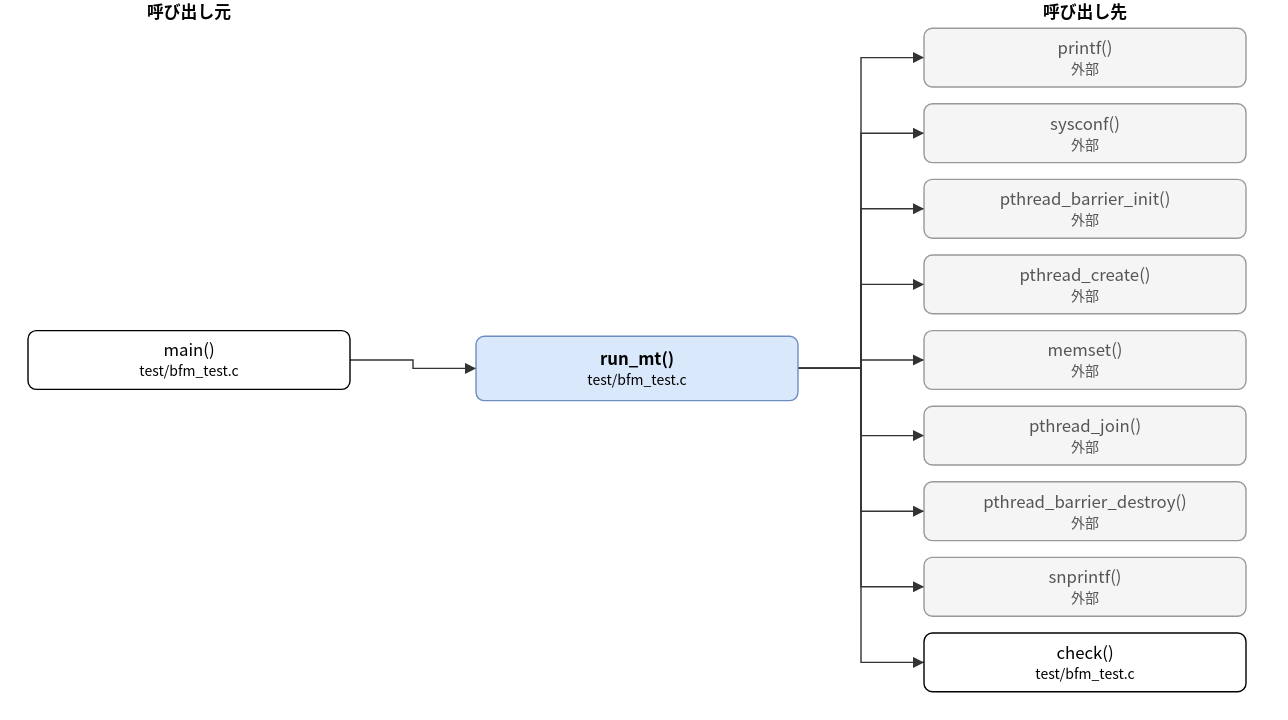
Above: doc/spec/images/call_test_bfm_test-run_mt.drawio.svg in hf355051012-ai/bfmem (draw.io), before the change. Source tidied: cells renumbered, new cells last; positions are measured from the earlier drawing's top-left corner, leaving out a move shared by most shapes. The source it was exported from:
```xml
<mxGraphModel>
  <root>
    <mxCell id="0" />
    <mxCell id="1" parent="0" />
    <mxCell id="2" value="run_mt()&lt;br&gt;&lt;font style=&quot;font-size:10px&quot;&gt;test/bfm_test.c&lt;/font&gt;" style="rounded=1;whiteSpace=wrap;html=1;fillColor=#dae8fc;strokeColor=#6c8ebf;fontStyle=1;" parent="1" vertex="1">
      <mxGeometry x="320" y="240" width="230" height="46" as="geometry" />
    </mxCell>
    <mxCell id="3" value="main()&lt;br&gt;&lt;font style=&quot;font-size:10px&quot;&gt;test/bfm_test.c&lt;/font&gt;" style="rounded=1;whiteSpace=wrap;html=1;" parent="1" vertex="1">
      <mxGeometry y="236" width="230" height="42" as="geometry" />
    </mxCell>
    <mxCell id="4" value="printf()&lt;br&gt;&lt;font style=&quot;font-size:10px&quot;&gt;外部&lt;/font&gt;" style="rounded=1;whiteSpace=wrap;html=1;fillColor=#f5f5f5;strokeColor=#999999;fontColor=#555555;" parent="1" vertex="1">
      <mxGeometry x="640" y="20" width="230" height="42" as="geometry" />
    </mxCell>
    <mxCell id="5" value="sysconf()&lt;br&gt;&lt;font style=&quot;font-size:10px&quot;&gt;外部&lt;/font&gt;" style="rounded=1;whiteSpace=wrap;html=1;fillColor=#f5f5f5;strokeColor=#999999;fontColor=#555555;" parent="1" vertex="1">
      <mxGeometry x="640" y="74" width="230" height="42" as="geometry" />
    </mxCell>
    <mxCell id="6" value="pthread_barrier_init()&lt;br&gt;&lt;font style=&quot;font-size:10px&quot;&gt;外部&lt;/font&gt;" style="rounded=1;whiteSpace=wrap;html=1;fillColor=#f5f5f5;strokeColor=#999999;fontColor=#555555;" parent="1" vertex="1">
      <mxGeometry x="640" y="128" width="230" height="42" as="geometry" />
    </mxCell>
    <mxCell id="7" value="pthread_create()&lt;br&gt;&lt;font style=&quot;font-size:10px&quot;&gt;外部&lt;/font&gt;" style="rounded=1;whiteSpace=wrap;html=1;fillColor=#f5f5f5;strokeColor=#999999;fontColor=#555555;" parent="1" vertex="1">
      <mxGeometry x="640" y="182" width="230" height="42" as="geometry" />
    </mxCell>
    <mxCell id="8" value="memset()&lt;br&gt;&lt;font style=&quot;font-size:10px&quot;&gt;外部&lt;/font&gt;" style="rounded=1;whiteSpace=wrap;html=1;fillColor=#f5f5f5;strokeColor=#999999;fontColor=#555555;" parent="1" vertex="1">
      <mxGeometry x="640" y="236" width="230" height="42" as="geometry" />
    </mxCell>
    <mxCell id="9" value="pthread_join()&lt;br&gt;&lt;font style=&quot;font-size:10px&quot;&gt;外部&lt;/font&gt;" style="rounded=1;whiteSpace=wrap;html=1;fillColor=#f5f5f5;strokeColor=#999999;fontColor=#555555;" parent="1" vertex="1">
      <mxGeometry x="640" y="290" width="230" height="42" as="geometry" />
    </mxCell>
    <mxCell id="10" value="pthread_barrier_destroy()&lt;br&gt;&lt;font style=&quot;font-size:10px&quot;&gt;外部&lt;/font&gt;" style="rounded=1;whiteSpace=wrap;html=1;fillColor=#f5f5f5;strokeColor=#999999;fontColor=#555555;" parent="1" vertex="1">
      <mxGeometry x="640" y="344" width="230" height="42" as="geometry" />
    </mxCell>
    <mxCell id="11" value="snprintf()&lt;br&gt;&lt;font style=&quot;font-size:10px&quot;&gt;外部&lt;/font&gt;" style="rounded=1;whiteSpace=wrap;html=1;fillColor=#f5f5f5;strokeColor=#999999;fontColor=#555555;" parent="1" vertex="1">
      <mxGeometry x="640" y="398" width="230" height="42" as="geometry" />
    </mxCell>
    <mxCell id="12" value="check()&lt;br&gt;&lt;font style=&quot;font-size:10px&quot;&gt;test/bfm_test.c&lt;/font&gt;" style="rounded=1;whiteSpace=wrap;html=1;" parent="1" vertex="1">
      <mxGeometry x="640" y="452" width="230" height="42" as="geometry" />
    </mxCell>
    <mxCell id="13" style="edgeStyle=none;html=1;rounded=0;endArrow=block;endFill=1;exitX=1.0000;exitY=0.5000;exitDx=0;exitDy=0;exitPerimeter=0;entryX=0.0000;entryY=0.5000;entryDx=0;entryDy=0;entryPerimeter=0;" parent="1" edge="1" source="3" target="2">
      <mxGeometry relative="1" as="geometry">
        <Array as="points">
          <mxPoint x="275" y="257" />
          <mxPoint x="275" y="263" />
        </Array>
      </mxGeometry>
    </mxCell>
    <mxCell id="14" style="edgeStyle=none;html=1;rounded=0;endArrow=block;endFill=1;exitX=1.0000;exitY=0.5000;exitDx=0;exitDy=0;exitPerimeter=0;entryX=0.0000;entryY=0.5000;entryDx=0;entryDy=0;entryPerimeter=0;" parent="1" edge="1" source="2" target="4">
      <mxGeometry relative="1" as="geometry">
        <Array as="points">
          <mxPoint x="595" y="263" />
          <mxPoint x="595" y="41" />
        </Array>
      </mxGeometry>
    </mxCell>
    <mxCell id="15" style="edgeStyle=none;html=1;rounded=0;endArrow=block;endFill=1;exitX=1.0000;exitY=0.5000;exitDx=0;exitDy=0;exitPerimeter=0;entryX=0.0000;entryY=0.5000;entryDx=0;entryDy=0;entryPerimeter=0;" parent="1" edge="1" source="2" target="5">
      <mxGeometry relative="1" as="geometry">
        <Array as="points">
          <mxPoint x="595" y="263" />
          <mxPoint x="595" y="95" />
        </Array>
      </mxGeometry>
    </mxCell>
    <mxCell id="16" style="edgeStyle=none;html=1;rounded=0;endArrow=block;endFill=1;exitX=1.0000;exitY=0.5000;exitDx=0;exitDy=0;exitPerimeter=0;entryX=0.0000;entryY=0.5000;entryDx=0;entryDy=0;entryPerimeter=0;" parent="1" edge="1" source="2" target="6">
      <mxGeometry relative="1" as="geometry">
        <Array as="points">
          <mxPoint x="595" y="263" />
          <mxPoint x="595" y="149" />
        </Array>
      </mxGeometry>
    </mxCell>
    <mxCell id="17" style="edgeStyle=none;html=1;rounded=0;endArrow=block;endFill=1;exitX=1.0000;exitY=0.5000;exitDx=0;exitDy=0;exitPerimeter=0;entryX=0.0000;entryY=0.5000;entryDx=0;entryDy=0;entryPerimeter=0;" parent="1" edge="1" source="2" target="7">
      <mxGeometry relative="1" as="geometry">
        <Array as="points">
          <mxPoint x="595" y="263" />
          <mxPoint x="595" y="203" />
        </Array>
      </mxGeometry>
    </mxCell>
    <mxCell id="18" style="edgeStyle=none;html=1;rounded=0;endArrow=block;endFill=1;exitX=1.0000;exitY=0.5000;exitDx=0;exitDy=0;exitPerimeter=0;entryX=0.0000;entryY=0.5000;entryDx=0;entryDy=0;entryPerimeter=0;" parent="1" edge="1" source="2" target="8">
      <mxGeometry relative="1" as="geometry">
        <Array as="points">
          <mxPoint x="595" y="263" />
          <mxPoint x="595" y="257" />
        </Array>
      </mxGeometry>
    </mxCell>
    <mxCell id="19" style="edgeStyle=none;html=1;rounded=0;endArrow=block;endFill=1;exitX=1.0000;exitY=0.5000;exitDx=0;exitDy=0;exitPerimeter=0;entryX=0.0000;entryY=0.5000;entryDx=0;entryDy=0;entryPerimeter=0;" parent="1" edge="1" source="2" target="9">
      <mxGeometry relative="1" as="geometry">
        <Array as="points">
          <mxPoint x="595" y="263" />
          <mxPoint x="595" y="311" />
        </Array>
      </mxGeometry>
    </mxCell>
    <mxCell id="20" style="edgeStyle=none;html=1;rounded=0;endArrow=block;endFill=1;exitX=1.0000;exitY=0.5000;exitDx=0;exitDy=0;exitPerimeter=0;entryX=0.0000;entryY=0.5000;entryDx=0;entryDy=0;entryPerimeter=0;" parent="1" edge="1" source="2" target="10">
      <mxGeometry relative="1" as="geometry">
        <Array as="points">
          <mxPoint x="595" y="263" />
          <mxPoint x="595" y="365" />
        </Array>
      </mxGeometry>
    </mxCell>
    <mxCell id="21" style="edgeStyle=none;html=1;rounded=0;endArrow=block;endFill=1;exitX=1.0000;exitY=0.5000;exitDx=0;exitDy=0;exitPerimeter=0;entryX=0.0000;entryY=0.5000;entryDx=0;entryDy=0;entryPerimeter=0;" parent="1" edge="1" source="2" target="11">
      <mxGeometry relative="1" as="geometry">
        <Array as="points">
          <mxPoint x="595" y="263" />
          <mxPoint x="595" y="419" />
        </Array>
      </mxGeometry>
    </mxCell>
    <mxCell id="22" style="edgeStyle=none;html=1;rounded=0;endArrow=block;endFill=1;exitX=1.0000;exitY=0.5000;exitDx=0;exitDy=0;exitPerimeter=0;entryX=0.0000;entryY=0.5000;entryDx=0;entryDy=0;entryPerimeter=0;" parent="1" edge="1" source="2" target="12">
      <mxGeometry relative="1" as="geometry">
        <Array as="points">
          <mxPoint x="595" y="263" />
          <mxPoint x="595" y="473" />
        </Array>
      </mxGeometry>
    </mxCell>
    <mxCell id="23" value="呼び出し元" style="text;html=1;align=center;fontStyle=1;" parent="1" vertex="1">
      <mxGeometry x="35" width="160" height="18" as="geometry" />
    </mxCell>
    <mxCell id="24" value="呼び出し先" style="text;html=1;align=center;fontStyle=1;" parent="1" vertex="1">
      <mxGeometry x="675" width="160" height="18" as="geometry" />
    </mxCell>
  </root>
</mxGraphModel>
```
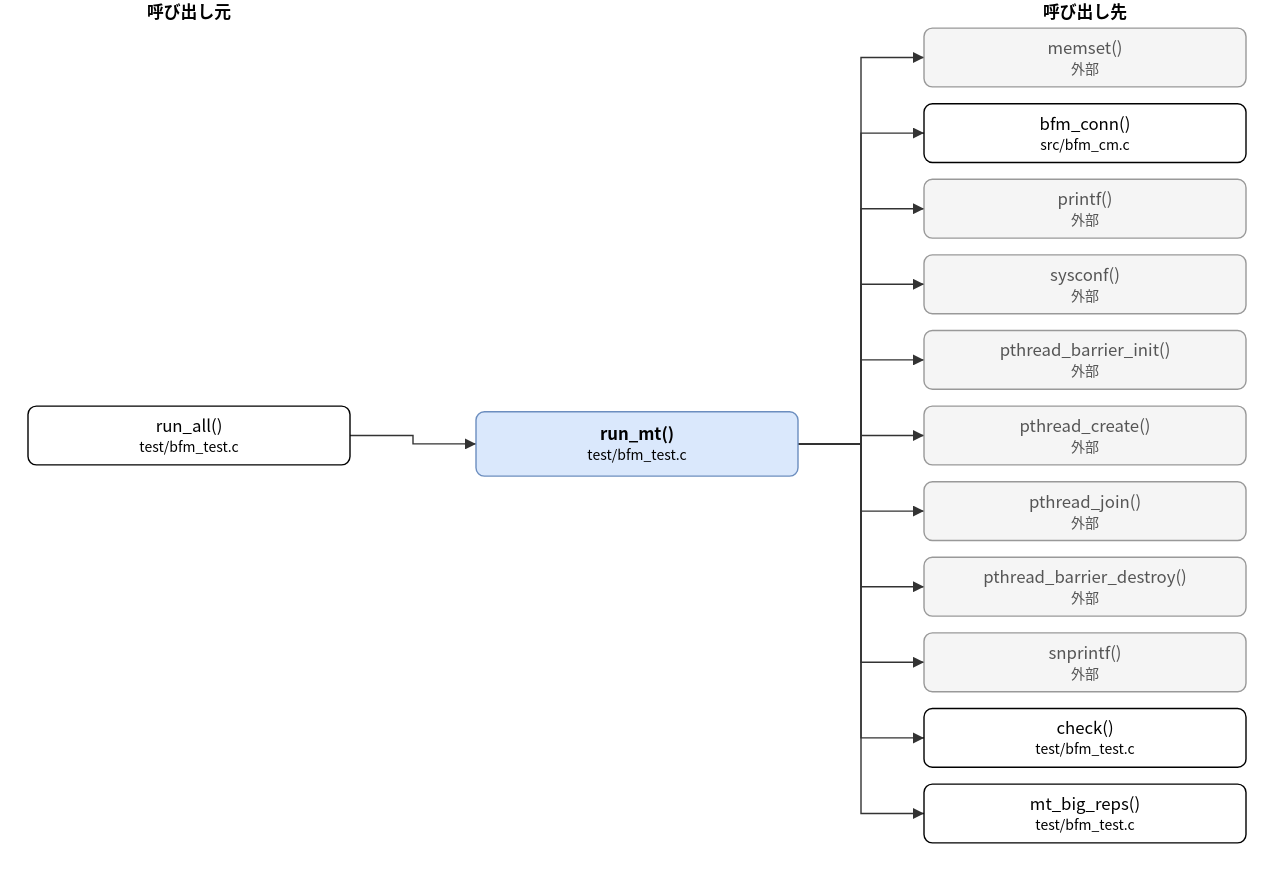
The same file after the commit.

Diff of the diagram source:
```diff
@@ -3,50 +3,56 @@
     <mxCell id="0" />
     <mxCell id="1" parent="0" />
     <mxCell id="2" value="run_mt()&lt;br&gt;&lt;font style=&quot;font-size:10px&quot;&gt;test/bfm_test.c&lt;/font&gt;" style="rounded=1;whiteSpace=wrap;html=1;fillColor=#dae8fc;strokeColor=#6c8ebf;fontStyle=1;" parent="1" vertex="1">
-      <mxGeometry x="320" y="240" width="230" height="46" as="geometry" />
+      <mxGeometry x="320" y="294" width="230" height="46" as="geometry" />
     </mxCell>
-    <mxCell id="3" value="main()&lt;br&gt;&lt;font style=&quot;font-size:10px&quot;&gt;test/bfm_test.c&lt;/font&gt;" style="rounded=1;whiteSpace=wrap;html=1;" parent="1" vertex="1">
-      <mxGeometry y="236" width="230" height="42" as="geometry" />
+    <mxCell id="3" value="run_all()&lt;br&gt;&lt;font style=&quot;font-size:10px&quot;&gt;test/bfm_test.c&lt;/font&gt;" style="rounded=1;whiteSpace=wrap;html=1;" parent="1" vertex="1">
+      <mxGeometry y="290" width="230" height="42" as="geometry" />
     </mxCell>
-    <mxCell id="4" value="printf()&lt;br&gt;&lt;font style=&quot;font-size:10px&quot;&gt;外部&lt;/font&gt;" style="rounded=1;whiteSpace=wrap;html=1;fillColor=#f5f5f5;strokeColor=#999999;fontColor=#555555;" parent="1" vertex="1">
+    <mxCell id="4" value="memset()&lt;br&gt;&lt;font style=&quot;font-size:10px&quot;&gt;外部&lt;/font&gt;" style="rounded=1;whiteSpace=wrap;html=1;fillColor=#f5f5f5;strokeColor=#999999;fontColor=#555555;" parent="1" vertex="1">
       <mxGeometry x="640" y="20" width="230" height="42" as="geometry" />
     </mxCell>
-    <mxCell id="5" value="sysconf()&lt;br&gt;&lt;font style=&quot;font-size:10px&quot;&gt;外部&lt;/font&gt;" style="rounded=1;whiteSpace=wrap;html=1;fillColor=#f5f5f5;strokeColor=#999999;fontColor=#555555;" parent="1" vertex="1">
+    <mxCell id="5" value="bfm_conn()&lt;br&gt;&lt;font style=&quot;font-size:10px&quot;&gt;src/bfm_cm.c&lt;/font&gt;" style="rounded=1;whiteSpace=wrap;html=1;" parent="1" vertex="1">
       <mxGeometry x="640" y="74" width="230" height="42" as="geometry" />
     </mxCell>
-    <mxCell id="6" value="pthread_barrier_init()&lt;br&gt;&lt;font style=&quot;font-size:10px&quot;&gt;外部&lt;/font&gt;" style="rounded=1;whiteSpace=wrap;html=1;fillColor=#f5f5f5;strokeColor=#999999;fontColor=#555555;" parent="1" vertex="1">
+    <mxCell id="6" value="printf()&lt;br&gt;&lt;font style=&quot;font-size:10px&quot;&gt;外部&lt;/font&gt;" style="rounded=1;whiteSpace=wrap;html=1;fillColor=#f5f5f5;strokeColor=#999999;fontColor=#555555;" parent="1" vertex="1">
       <mxGeometry x="640" y="128" width="230" height="42" as="geometry" />
     </mxCell>
-    <mxCell id="7" value="pthread_create()&lt;br&gt;&lt;font style=&quot;font-size:10px&quot;&gt;外部&lt;/font&gt;" style="rounded=1;whiteSpace=wrap;html=1;fillColor=#f5f5f5;strokeColor=#999999;fontColor=#555555;" parent="1" vertex="1">
+    <mxCell id="7" value="sysconf()&lt;br&gt;&lt;font style=&quot;font-size:10px&quot;&gt;外部&lt;/font&gt;" style="rounded=1;whiteSpace=wrap;html=1;fillColor=#f5f5f5;strokeColor=#999999;fontColor=#555555;" parent="1" vertex="1">
       <mxGeometry x="640" y="182" width="230" height="42" as="geometry" />
     </mxCell>
-    <mxCell id="8" value="memset()&lt;br&gt;&lt;font style=&quot;font-size:10px&quot;&gt;外部&lt;/font&gt;" style="rounded=1;whiteSpace=wrap;html=1;fillColor=#f5f5f5;strokeColor=#999999;fontColor=#555555;" parent="1" vertex="1">
+    <mxCell id="8" value="pthread_barrier_init()&lt;br&gt;&lt;font style=&quot;font-size:10px&quot;&gt;外部&lt;/font&gt;" style="rounded=1;whiteSpace=wrap;html=1;fillColor=#f5f5f5;strokeColor=#999999;fontColor=#555555;" parent="1" vertex="1">
       <mxGeometry x="640" y="236" width="230" height="42" as="geometry" />
     </mxCell>
-    <mxCell id="9" value="pthread_join()&lt;br&gt;&lt;font style=&quot;font-size:10px&quot;&gt;外部&lt;/font&gt;" style="rounded=1;whiteSpace=wrap;html=1;fillColor=#f5f5f5;strokeColor=#999999;fontColor=#555555;" parent="1" vertex="1">
+    <mxCell id="9" value="pthread_create()&lt;br&gt;&lt;font style=&quot;font-size:10px&quot;&gt;外部&lt;/font&gt;" style="rounded=1;whiteSpace=wrap;html=1;fillColor=#f5f5f5;strokeColor=#999999;fontColor=#555555;" parent="1" vertex="1">
       <mxGeometry x="640" y="290" width="230" height="42" as="geometry" />
     </mxCell>
-    <mxCell id="10" value="pthread_barrier_destroy()&lt;br&gt;&lt;font style=&quot;font-size:10px&quot;&gt;外部&lt;/font&gt;" style="rounded=1;whiteSpace=wrap;html=1;fillColor=#f5f5f5;strokeColor=#999999;fontColor=#555555;" parent="1" vertex="1">
+    <mxCell id="10" value="pthread_join()&lt;br&gt;&lt;font style=&quot;font-size:10px&quot;&gt;外部&lt;/font&gt;" style="rounded=1;whiteSpace=wrap;html=1;fillColor=#f5f5f5;strokeColor=#999999;fontColor=#555555;" parent="1" vertex="1">
       <mxGeometry x="640" y="344" width="230" height="42" as="geometry" />
     </mxCell>
-    <mxCell id="11" value="snprintf()&lt;br&gt;&lt;font style=&quot;font-size:10px&quot;&gt;外部&lt;/font&gt;" style="rounded=1;whiteSpace=wrap;html=1;fillColor=#f5f5f5;strokeColor=#999999;fontColor=#555555;" parent="1" vertex="1">
+    <mxCell id="11" value="pthread_barrier_destroy()&lt;br&gt;&lt;font style=&quot;font-size:10px&quot;&gt;外部&lt;/font&gt;" style="rounded=1;whiteSpace=wrap;html=1;fillColor=#f5f5f5;strokeColor=#999999;fontColor=#555555;" parent="1" vertex="1">
       <mxGeometry x="640" y="398" width="230" height="42" as="geometry" />
     </mxCell>
-    <mxCell id="12" value="check()&lt;br&gt;&lt;font style=&quot;font-size:10px&quot;&gt;test/bfm_test.c&lt;/font&gt;" style="rounded=1;whiteSpace=wrap;html=1;" parent="1" vertex="1">
+    <mxCell id="12" value="snprintf()&lt;br&gt;&lt;font style=&quot;font-size:10px&quot;&gt;外部&lt;/font&gt;" style="rounded=1;whiteSpace=wrap;html=1;fillColor=#f5f5f5;strokeColor=#999999;fontColor=#555555;" parent="1" vertex="1">
       <mxGeometry x="640" y="452" width="230" height="42" as="geometry" />
     </mxCell>
+    <mxCell id="25" value="check()&lt;br&gt;&lt;font style=&quot;font-size:10px&quot;&gt;test/bfm_test.c&lt;/font&gt;" style="rounded=1;whiteSpace=wrap;html=1;" parent="1" vertex="1">
+      <mxGeometry x="640" y="506" width="230" height="42" as="geometry" />
+    </mxCell>
+    <mxCell id="26" value="mt_big_reps()&lt;br&gt;&lt;font style=&quot;font-size:10px&quot;&gt;test/bfm_test.c&lt;/font&gt;" style="rounded=1;whiteSpace=wrap;html=1;" parent="1" vertex="1">
+      <mxGeometry x="640" y="560" width="230" height="42" as="geometry" />
+    </mxCell>
     <mxCell id="13" style="edgeStyle=none;html=1;rounded=0;endArrow=block;endFill=1;exitX=1.0000;exitY=0.5000;exitDx=0;exitDy=0;exitPerimeter=0;entryX=0.0000;entryY=0.5000;entryDx=0;entryDy=0;entryPerimeter=0;" parent="1" edge="1" source="3" target="2">
       <mxGeometry relative="1" as="geometry">
         <Array as="points">
-          <mxPoint x="275" y="257" />
-          <mxPoint x="275" y="263" />
+          <mxPoint x="275" y="311" />
+          <mxPoint x="275" y="317" />
         </Array>
       </mxGeometry>
     </mxCell>
     <mxCell id="14" style="edgeStyle=none;html=1;rounded=0;endArrow=block;endFill=1;exitX=1.0000;exitY=0.5000;exitDx=0;exitDy=0;exitPerimeter=0;entryX=0.0000;entryY=0.5000;entryDx=0;entryDy=0;entryPerimeter=0;" parent="1" edge="1" source="2" target="4">
       <mxGeometry relative="1" as="geometry">
         <Array as="points">
-          <mxPoint x="595" y="263" />
+          <mxPoint x="595" y="317" />
           <mxPoint x="595" y="41" />
         </Array>
       </mxGeometry>
@@ -54,7 +60,7 @@
     <mxCell id="15" style="edgeStyle=none;html=1;rounded=0;endArrow=block;endFill=1;exitX=1.0000;exitY=0.5000;exitDx=0;exitDy=0;exitPerimeter=0;entryX=0.0000;entryY=0.5000;entryDx=0;entryDy=0;entryPerimeter=0;" parent="1" edge="1" source="2" target="5">
       <mxGeometry relative="1" as="geometry">
         <Array as="points">
-          <mxPoint x="595" y="263" />
+          <mxPoint x="595" y="317" />
           <mxPoint x="595" y="95" />
         </Array>
       </mxGeometry>
@@ -62,7 +68,7 @@
     <mxCell id="16" style="edgeStyle=none;html=1;rounded=0;endArrow=block;endFill=1;exitX=1.0000;exitY=0.5000;exitDx=0;exitDy=0;exitPerimeter=0;entryX=0.0000;entryY=0.5000;entryDx=0;entryDy=0;entryPerimeter=0;" parent="1" edge="1" source="2" target="6">
       <mxGeometry relative="1" as="geometry">
         <Array as="points">
-          <mxPoint x="595" y="263" />
+          <mxPoint x="595" y="317" />
           <mxPoint x="595" y="149" />
         </Array>
       </mxGeometry>
@@ -70,7 +76,7 @@
     <mxCell id="17" style="edgeStyle=none;html=1;rounded=0;endArrow=block;endFill=1;exitX=1.0000;exitY=0.5000;exitDx=0;exitDy=0;exitPerimeter=0;entryX=0.0000;entryY=0.5000;entryDx=0;entryDy=0;entryPerimeter=0;" parent="1" edge="1" source="2" target="7">
       <mxGeometry relative="1" as="geometry">
         <Array as="points">
-          <mxPoint x="595" y="263" />
+          <mxPoint x="595" y="317" />
           <mxPoint x="595" y="203" />
         </Array>
       </mxGeometry>
@@ -78,7 +84,7 @@
     <mxCell id="18" style="edgeStyle=none;html=1;rounded=0;endArrow=block;endFill=1;exitX=1.0000;exitY=0.5000;exitDx=0;exitDy=0;exitPerimeter=0;entryX=0.0000;entryY=0.5000;entryDx=0;entryDy=0;entryPerimeter=0;" parent="1" edge="1" source="2" target="8">
       <mxGeometry relative="1" as="geometry">
         <Array as="points">
-          <mxPoint x="595" y="263" />
+          <mxPoint x="595" y="317" />
           <mxPoint x="595" y="257" />
         </Array>
       </mxGeometry>
@@ -86,7 +92,7 @@
     <mxCell id="19" style="edgeStyle=none;html=1;rounded=0;endArrow=block;endFill=1;exitX=1.0000;exitY=0.5000;exitDx=0;exitDy=0;exitPerimeter=0;entryX=0.0000;entryY=0.5000;entryDx=0;entryDy=0;entryPerimeter=0;" parent="1" edge="1" source="2" target="9">
       <mxGeometry relative="1" as="geometry">
         <Array as="points">
-          <mxPoint x="595" y="263" />
+          <mxPoint x="595" y="317" />
           <mxPoint x="595" y="311" />
         </Array>
       </mxGeometry>
@@ -94,7 +100,7 @@
     <mxCell id="20" style="edgeStyle=none;html=1;rounded=0;endArrow=block;endFill=1;exitX=1.0000;exitY=0.5000;exitDx=0;exitDy=0;exitPerimeter=0;entryX=0.0000;entryY=0.5000;entryDx=0;entryDy=0;entryPerimeter=0;" parent="1" edge="1" source="2" target="10">
       <mxGeometry relative="1" as="geometry">
         <Array as="points">
-          <mxPoint x="595" y="263" />
+          <mxPoint x="595" y="317" />
           <mxPoint x="595" y="365" />
         </Array>
       </mxGeometry>
@@ -102,7 +108,7 @@
     <mxCell id="21" style="edgeStyle=none;html=1;rounded=0;endArrow=block;endFill=1;exitX=1.0000;exitY=0.5000;exitDx=0;exitDy=0;exitPerimeter=0;entryX=0.0000;entryY=0.5000;entryDx=0;entryDy=0;entryPerimeter=0;" parent="1" edge="1" source="2" target="11">
       <mxGeometry relative="1" as="geometry">
         <Array as="points">
-          <mxPoint x="595" y="263" />
+          <mxPoint x="595" y="317" />
           <mxPoint x="595" y="419" />
         </Array>
       </mxGeometry>
@@ -110,11 +116,27 @@
     <mxCell id="22" style="edgeStyle=none;html=1;rounded=0;endArrow=block;endFill=1;exitX=1.0000;exitY=0.5000;exitDx=0;exitDy=0;exitPerimeter=0;entryX=0.0000;entryY=0.5000;entryDx=0;entryDy=0;entryPerimeter=0;" parent="1" edge="1" source="2" target="12">
       <mxGeometry relative="1" as="geometry">
         <Array as="points">
-          <mxPoint x="595" y="263" />
+          <mxPoint x="595" y="317" />
           <mxPoint x="595" y="473" />
         </Array>
       </mxGeometry>
     </mxCell>
+    <mxCell id="27" style="edgeStyle=none;html=1;rounded=0;endArrow=block;endFill=1;exitX=1.0000;exitY=0.5000;exitDx=0;exitDy=0;exitPerimeter=0;entryX=0.0000;entryY=0.5000;entryDx=0;entryDy=0;entryPerimeter=0;" parent="1" edge="1" source="2" target="25">
+      <mxGeometry relative="1" as="geometry">
+        <Array as="points">
+          <mxPoint x="595" y="317" />
+          <mxPoint x="595" y="527" />
+        </Array>
+      </mxGeometry>
+    </mxCell>
+    <mxCell id="28" style="edgeStyle=none;html=1;rounded=0;endArrow=block;endFill=1;exitX=1.0000;exitY=0.5000;exitDx=0;exitDy=0;exitPerimeter=0;entryX=0.0000;entryY=0.5000;entryDx=0;entryDy=0;entryPerimeter=0;" parent="1" edge="1" source="2" target="26">
+      <mxGeometry relative="1" as="geometry">
+        <Array as="points">
+          <mxPoint x="595" y="317" />
+          <mxPoint x="595" y="581" />
+        </Array>
+      </mxGeometry>
+    </mxCell>
     <mxCell id="23" value="呼び出し元" style="text;html=1;align=center;fontStyle=1;" parent="1" vertex="1">
       <mxGeometry x="35" width="160" height="18" as="geometry" />
     </mxCell>
```
